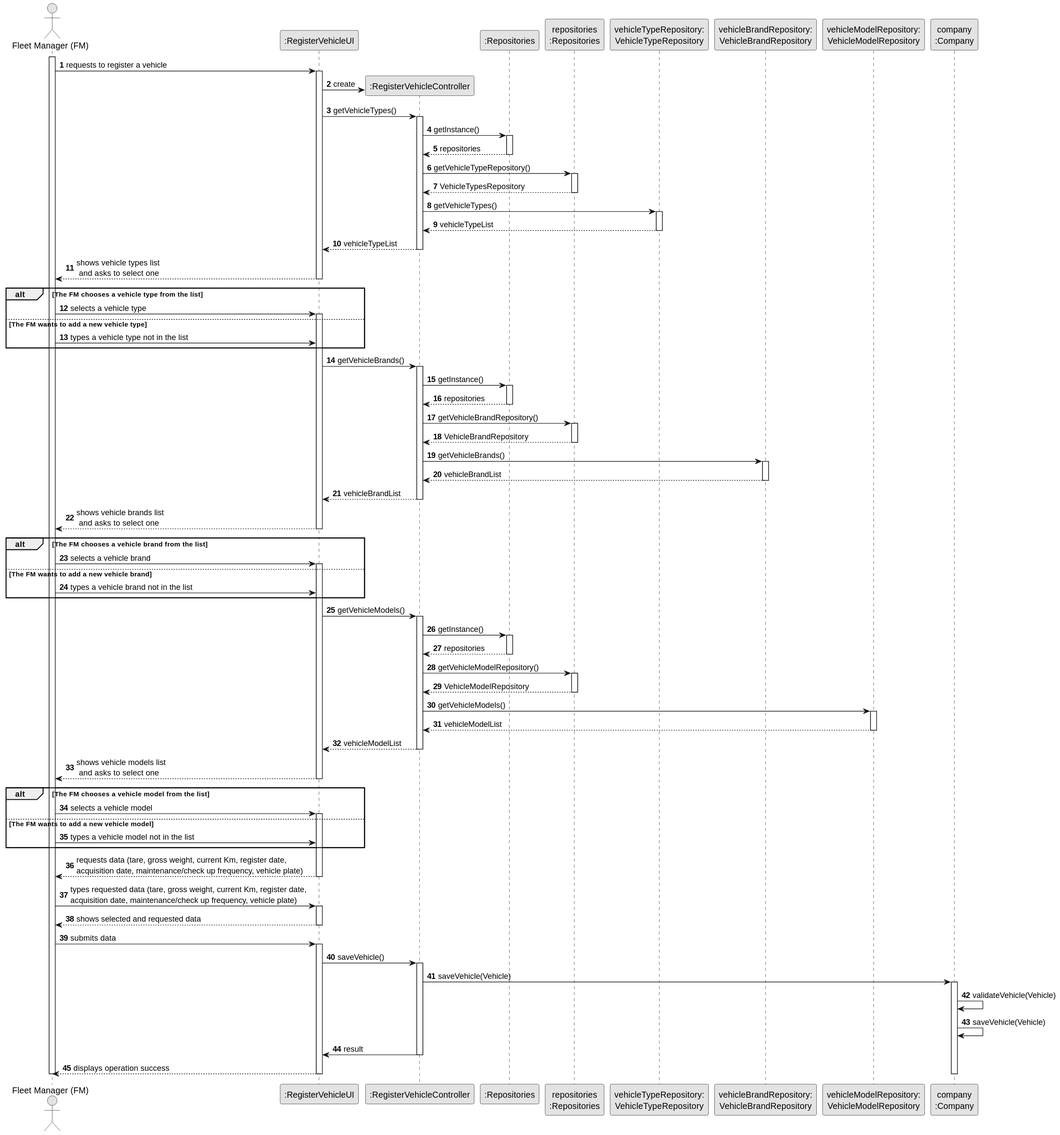
This is docs/sprintB/us006/03.design/svg/us006-sequence-diagram-full.svg from RicardoMorim/lapr2-ISEP-Project, a PlantUML export, as it was before one commit. The source it was exported from:
```plantuml
@startuml
skinparam monochrome true
skinparam packageStyle rectangle
skinparam shadowing false

autonumber

actor "Fleet Manager (FM)" as FM
participant ":RegisterVehicleUI" as UI
participant ":RegisterVehicleController" as CTRL
participant ":Repositories" as RepositorySingleton
participant "repositories\n:Repositories" as PLAT
participant "vehicleTypeRepository:\nVehicleTypeRepository" as VehicleTypeRepository
participant "vehicleBrandRepository:\nVehicleBrandRepository" as VehicleBrandRepository
participant "vehicleModelRepository:\nVehicleModelRepository" as VehicleModelRepository
participant "company\n:Company" as company

activate FM

        FM -> UI : requests to register a vehicle

        activate UI

            UI -> CTRL** : create

            UI -> CTRL : getVehicleTypes()
            activate CTRL

                CTRL -> RepositorySingleton : getInstance()
                activate RepositorySingleton

                    RepositorySingleton --> CTRL: repositories
                deactivate RepositorySingleton

                CTRL -> PLAT : getVehicleTypeRepository()
                activate PLAT

                    PLAT --> CTRL: VehicleTypesRepository
                deactivate PLAT

                CTRL -> VehicleTypeRepository : getVehicleTypes()
                activate VehicleTypeRepository

                    VehicleTypeRepository --> CTRL : vehicleTypeList
                deactivate VehicleTypeRepository

                CTRL --> UI : vehicleTypeList
            deactivate CTRL

            UI --> FM : shows vehicle types list\n and asks to select one
        deactivate UI


alt The FM chooses a vehicle type from the list
    FM -> UI : selects a vehicle type
    activate UI
else The FM wants to add a new vehicle type
    FM -> UI : types a vehicle type not in the list
end


    activate UI

    UI -> CTRL : getVehicleBrands()
                activate CTRL

                    CTRL -> RepositorySingleton : getInstance()
                    activate RepositorySingleton

                        RepositorySingleton --> CTRL: repositories
                    deactivate RepositorySingleton

                    CTRL -> PLAT : getVehicleBrandRepository()
                    activate PLAT

                        PLAT --> CTRL: VehicleBrandRepository
                    deactivate PLAT

                    CTRL -> VehicleBrandRepository : getVehicleBrands()
                    activate VehicleBrandRepository

                        VehicleBrandRepository --> CTRL : vehicleBrandList
                    deactivate VehicleBrandRepository

                    CTRL --> UI : vehicleBrandList
                deactivate CTRL

                UI --> FM : shows vehicle brands list\n and asks to select one
            deactivate UI

       alt The FM chooses a vehicle brand from the list
           FM -> UI : selects a vehicle brand
           activate UI
       else The FM wants to add a new vehicle brand
           FM -> UI : types a vehicle brand not in the list
       end

    activate UI

       UI -> CTRL : getVehicleModels()
                   activate CTRL

                       CTRL -> RepositorySingleton : getInstance()
                       activate RepositorySingleton

                           RepositorySingleton --> CTRL: repositories
                       deactivate RepositorySingleton

                       CTRL -> PLAT : getVehicleModelRepository()
                       activate PLAT

                           PLAT --> CTRL: VehicleModelRepository
                       deactivate PLAT

                       CTRL -> VehicleModelRepository : getVehicleModels()
                       activate VehicleModelRepository

                           VehicleModelRepository --> CTRL : vehicleModelList
                       deactivate VehicleModelRepository

                       CTRL --> UI : vehicleModelList
                   deactivate CTRL

                   UI --> FM : shows vehicle models list\n and asks to select one
               deactivate UI

           alt The FM chooses a vehicle model from the list
               FM -> UI : selects a vehicle model
               activate UI
           else The FM wants to add a new vehicle model
               FM -> UI : types a vehicle model not in the list
           end

    activate UI
        UI --> FM : requests data (tare, gross weight, current Km, register date, \nacquisition date, maintenance/check up frequency, vehicle plate)
    deactivate UI

    FM -> UI : types requested data (tare, gross weight, current Km, register date, \nacquisition date, maintenance/check up frequency, vehicle plate)
    activate UI

        UI --> FM : shows selected and requested data
    deactivate UI

    FM -> UI : submits data
    activate UI

        UI -> CTRL : saveVehicle()
        activate CTRL
        CTRL -> company : saveVehicle(Vehicle)
        activate company
        company -> company : validateVehicle(Vehicle)
        company -> company : saveVehicle(Vehicle)

        CTRL -> UI : result
        deactivate CTRL
            UI --> FM: displays operation success
        deactivate company
    deactivate UI

deactivate FM
@enduml
```
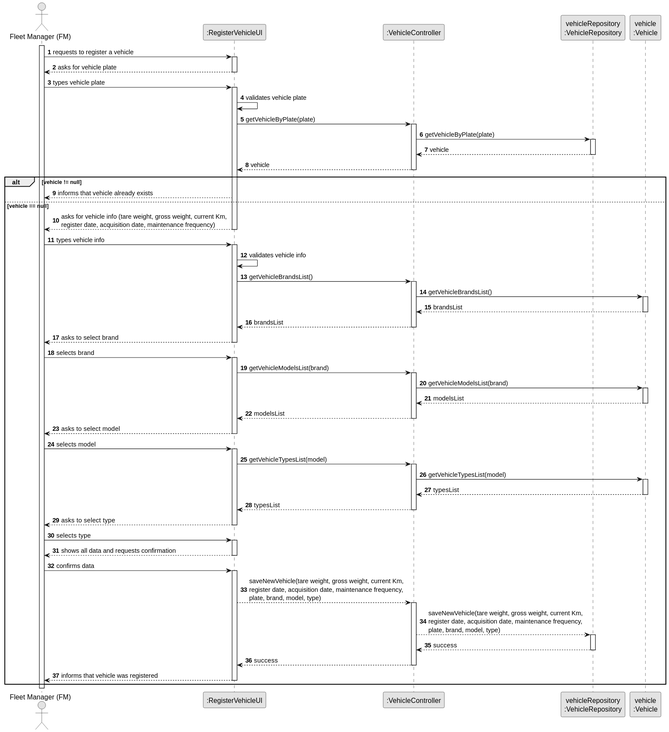
Above is the later version.

Diff of the diagram source:
```diff
@@ -7,155 +7,90 @@
 
 actor "Fleet Manager (FM)" as FM
 participant ":RegisterVehicleUI" as UI
-participant ":RegisterVehicleController" as CTRL
-participant ":Repositories" as RepositorySingleton
-participant "repositories\n:Repositories" as PLAT
-participant "vehicleTypeRepository:\nVehicleTypeRepository" as VehicleTypeRepository
-participant "vehicleBrandRepository:\nVehicleBrandRepository" as VehicleBrandRepository
-participant "vehicleModelRepository:\nVehicleModelRepository" as VehicleModelRepository
-participant "company\n:Company" as company
+participant ":VehicleController" as CTRL
+participant "vehicleRepository\n:VehicleRepository" as vehicleRep
+participant "vehicle\n:Vehicle" as vehicle
 
 activate FM
 
         FM -> UI : requests to register a vehicle
-
         activate UI
 
-            UI -> CTRL** : create
+        UI --> FM : asks for vehicle plate
 
-            UI -> CTRL : getVehicleTypes()
+        deactivate UI
+        FM -> UI : types vehicle plate
+        activate UI
+        UI -> UI : validates vehicle plate
+            UI -> CTRL : getVehicleByPlate(plate)
             activate CTRL
 
-                CTRL -> RepositorySingleton : getInstance()
-                activate RepositorySingleton
+            CTRL -> vehicleRep : getVehicleByPlate(plate)
+            activate vehicleRep
 
-                    RepositorySingleton --> CTRL: repositories
-                deactivate RepositorySingleton
+            vehicleRep --> CTRL : vehicle
+            deactivate vehicleRep
+            CTRL --> UI : vehicle
+            deactivate CTRL
+        alt vehicle != null
+        UI --> FM : informs that vehicle already exists
+        else vehicle == null
+        UI --> FM : asks for vehicle info (tare weight, gross weight, current Km, \nregister date, acquisition date, maintenance frequency)
+        deactivate UI
+        FM -> UI : types vehicle info
+        activate UI
+        UI -> UI : validates vehicle info
+        UI -> CTRL : getVehicleBrandsList()
+        activate CTRL
 
-                CTRL -> PLAT : getVehicleTypeRepository()
-                activate PLAT
+        CTRL -> vehicle : getVehicleBrandsList()
+        activate vehicle
 
-                    PLAT --> CTRL: VehicleTypesRepository
-                deactivate PLAT
-
-                CTRL -> VehicleTypeRepository : getVehicleTypes()
-                activate VehicleTypeRepository
-
-                    VehicleTypeRepository --> CTRL : vehicleTypeList
-                deactivate VehicleTypeRepository
-
-                CTRL --> UI : vehicleTypeList
-            deactivate CTRL
-
-            UI --> FM : shows vehicle types list\n and asks to select one
+        vehicle --> CTRL : brandsList
+        deactivate vehicle
+        CTRL --> UI : brandsList
+        deactivate CTRL
+        UI --> FM : asks to select brand
         deactivate UI
-
-
-alt The FM chooses a vehicle type from the list
-    FM -> UI : selects a vehicle type
-    activate UI
-else The FM wants to add a new vehicle type
-    FM -> UI : types a vehicle type not in the list
+        FM -> UI : selects brand
+        activate UI
+        UI -> CTRL : getVehicleModelsList(brand)
+        activate CTRL
+        CTRL -> vehicle : getVehicleModelsList(brand)
+        activate vehicle
+        vehicle --> CTRL : modelsList
+        deactivate vehicle
+        CTRL --> UI : modelsList
+        deactivate CTRL
+        UI --> FM : asks to select model
+        deactivate UI
+        FM -> UI : selects model
+        activate UI
+        UI -> CTRL : getVehicleTypesList(model)
+        activate CTRL
+        CTRL -> vehicle : getVehicleTypesList(model)
+        activate vehicle
+        vehicle --> CTRL : typesList
+        deactivate vehicle
+        CTRL --> UI : typesList
+        deactivate CTRL
+        UI --> FM : asks to select type
+        deactivate UI
+        FM -> UI : selects type
+        activate UI
+        UI --> FM : shows all data and requests confirmation
+        deactivate UI
+        FM -> UI : confirms data
+        activate UI
+        UI --> CTRL : saveNewVehicle(tare weight, gross weight, current Km, \nregister date, acquisition date, maintenance frequency, \nplate, brand, model, type)
+        activate CTRL
+        CTRL --> vehicleRep : saveNewVehicle(tare weight, gross weight, current Km, \nregister date, acquisition date, maintenance frequency, \nplate, brand, model, type)
+        activate vehicleRep
+        vehicleRep --> CTRL : success
+        deactivate vehicleRep
+        CTRL --> UI : success
+        deactivate CTRL
+        UI --> FM : informs that vehicle was registered
+        deactivate UI
 end
-
-
-    activate UI
-
-    UI -> CTRL : getVehicleBrands()
-                activate CTRL
-
-                    CTRL -> RepositorySingleton : getInstance()
-                    activate RepositorySingleton
-
-                        RepositorySingleton --> CTRL: repositories
-                    deactivate RepositorySingleton
-
-                    CTRL -> PLAT : getVehicleBrandRepository()
-                    activate PLAT
-
-                        PLAT --> CTRL: VehicleBrandRepository
-                    deactivate PLAT
-
-                    CTRL -> VehicleBrandRepository : getVehicleBrands()
-                    activate VehicleBrandRepository
-
-                        VehicleBrandRepository --> CTRL : vehicleBrandList
-                    deactivate VehicleBrandRepository
-
-                    CTRL --> UI : vehicleBrandList
-                deactivate CTRL
-
-                UI --> FM : shows vehicle brands list\n and asks to select one
-            deactivate UI
-
-       alt The FM chooses a vehicle brand from the list
-           FM -> UI : selects a vehicle brand
-           activate UI
-       else The FM wants to add a new vehicle brand
-           FM -> UI : types a vehicle brand not in the list
-       end
-
-    activate UI
-
-       UI -> CTRL : getVehicleModels()
-                   activate CTRL
-
-                       CTRL -> RepositorySingleton : getInstance()
-                       activate RepositorySingleton
-
-                           RepositorySingleton --> CTRL: repositories
-                       deactivate RepositorySingleton
-
-                       CTRL -> PLAT : getVehicleModelRepository()
-                       activate PLAT
-
-                           PLAT --> CTRL: VehicleModelRepository
-                       deactivate PLAT
-
-                       CTRL -> VehicleModelRepository : getVehicleModels()
-                       activate VehicleModelRepository
-
-                           VehicleModelRepository --> CTRL : vehicleModelList
-                       deactivate VehicleModelRepository
-
-                       CTRL --> UI : vehicleModelList
-                   deactivate CTRL
-
-                   UI --> FM : shows vehicle models list\n and asks to select one
-               deactivate UI
-
-           alt The FM chooses a vehicle model from the list
-               FM -> UI : selects a vehicle model
-               activate UI
-           else The FM wants to add a new vehicle model
-               FM -> UI : types a vehicle model not in the list
-           end
-
-    activate UI
-        UI --> FM : requests data (tare, gross weight, current Km, register date, \nacquisition date, maintenance/check up frequency, vehicle plate)
-    deactivate UI
-
-    FM -> UI : types requested data (tare, gross weight, current Km, register date, \nacquisition date, maintenance/check up frequency, vehicle plate)
-    activate UI
-
-        UI --> FM : shows selected and requested data
-    deactivate UI
-
-    FM -> UI : submits data
-    activate UI
-
-        UI -> CTRL : saveVehicle()
-        activate CTRL
-        CTRL -> company : saveVehicle(Vehicle)
-        activate company
-        company -> company : validateVehicle(Vehicle)
-        company -> company : saveVehicle(Vehicle)
-
-        CTRL -> UI : result
-        deactivate CTRL
-            UI --> FM: displays operation success
-        deactivate company
-    deactivate UI
-
-deactivate FM
 @enduml
```
